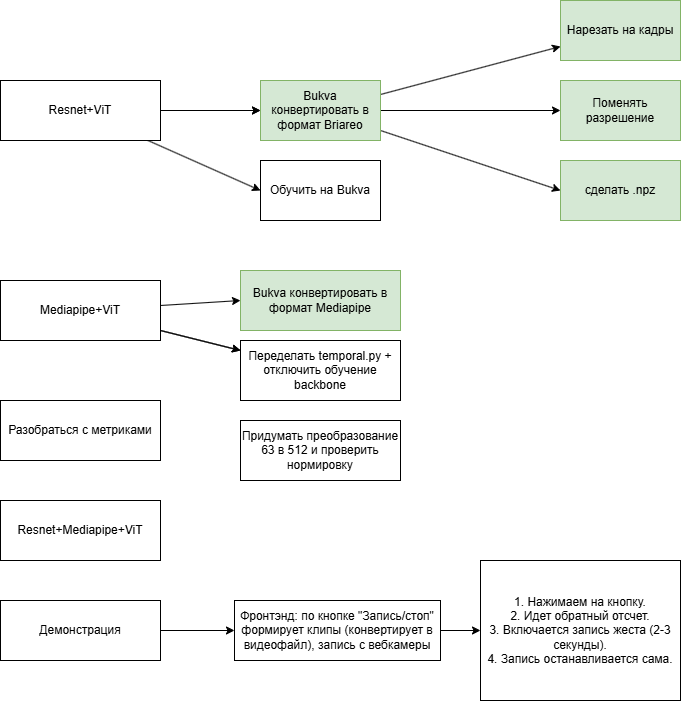
romangorbunov91/TBDLGR keeps this draw.io diagram as scratch/plan.drawio.png. Above is the earlier version. Source tidied: cells renumbered, new cells last; positions are measured from the earlier drawing's top-left corner, leaving out a move shared by most shapes. The source it was exported from:
```xml
<mxGraphModel>
  <root>
    <mxCell id="0" />
    <mxCell id="1" parent="0" />
    <mxCell id="2" style="edgeStyle=none;html=1;" parent="1" edge="1" source="5" target="14">
      <mxGeometry relative="1" as="geometry" />
    </mxCell>
    <mxCell id="3" style="edgeStyle=none;html=1;" parent="1" edge="1" source="5" target="14">
      <mxGeometry relative="1" as="geometry" />
    </mxCell>
    <mxCell id="4" style="edgeStyle=none;html=1;entryX=0;entryY=0.5;entryDx=0;entryDy=0;" parent="1" edge="1" source="5" target="20">
      <mxGeometry relative="1" as="geometry" />
    </mxCell>
    <mxCell id="5" value="Resnet+ViT" style="whiteSpace=wrap;html=1;" parent="1" vertex="1">
      <mxGeometry y="80" width="160" height="60" as="geometry" />
    </mxCell>
    <mxCell id="6" style="edgeStyle=none;html=1;" parent="1" edge="1" source="9" target="18">
      <mxGeometry relative="1" as="geometry" />
    </mxCell>
    <mxCell id="7" style="edgeStyle=none;html=1;" parent="1" edge="1" source="9" target="18">
      <mxGeometry relative="1" as="geometry" />
    </mxCell>
    <mxCell id="8" style="edgeStyle=none;html=1;entryX=0;entryY=0.5;entryDx=0;entryDy=0;" parent="1" edge="1" source="9" target="19">
      <mxGeometry relative="1" as="geometry" />
    </mxCell>
    <mxCell id="9" value="Mediapipe+ViT" style="whiteSpace=wrap;html=1;" parent="1" vertex="1">
      <mxGeometry y="280" width="160" height="60" as="geometry" />
    </mxCell>
    <mxCell id="10" value="Resnet+Mediapipe+ViT" style="whiteSpace=wrap;html=1;" parent="1" vertex="1">
      <mxGeometry y="500" width="160" height="60" as="geometry" />
    </mxCell>
    <mxCell id="11" style="edgeStyle=none;html=1;" parent="1" edge="1" source="14" target="15">
      <mxGeometry relative="1" as="geometry" />
    </mxCell>
    <mxCell id="12" style="edgeStyle=none;html=1;entryX=0;entryY=0.5;entryDx=0;entryDy=0;" parent="1" edge="1" source="14" target="16">
      <mxGeometry relative="1" as="geometry" />
    </mxCell>
    <mxCell id="13" style="edgeStyle=none;html=1;entryX=0;entryY=0.5;entryDx=0;entryDy=0;" parent="1" edge="1" source="14" target="17">
      <mxGeometry relative="1" as="geometry" />
    </mxCell>
    <mxCell id="14" value="Bukva конвертировать в формат Briareo" style="whiteSpace=wrap;html=1;fillColor=#d5e8d4;strokeColor=#82b366;" parent="1" vertex="1">
      <mxGeometry x="260" y="80" width="120" height="60" as="geometry" />
    </mxCell>
    <mxCell id="15" value="Нарезать на кадры" style="whiteSpace=wrap;html=1;fillColor=#d5e8d4;strokeColor=#82b366;" parent="1" vertex="1">
      <mxGeometry x="560" width="120" height="60" as="geometry" />
    </mxCell>
    <mxCell id="16" value="Поменять разрешение" style="whiteSpace=wrap;html=1;fillColor=#d5e8d4;strokeColor=#82b366;" parent="1" vertex="1">
      <mxGeometry x="560" y="80" width="120" height="60" as="geometry" />
    </mxCell>
    <mxCell id="17" value="сделать .npz" style="whiteSpace=wrap;html=1;fillColor=#d5e8d4;strokeColor=#82b366;" parent="1" vertex="1">
      <mxGeometry x="560" y="160" width="120" height="60" as="geometry" />
    </mxCell>
    <mxCell id="18" value="Переделать temporal.py + отключить обучение backbone" style="whiteSpace=wrap;html=1;" parent="1" vertex="1">
      <mxGeometry x="240" y="340" width="160" height="60" as="geometry" />
    </mxCell>
    <mxCell id="19" value="Bukva конвертировать в формат Mediapipe" style="whiteSpace=wrap;html=1;fillColor=#d5e8d4;strokeColor=#82b366;" parent="1" vertex="1">
      <mxGeometry x="240" y="270" width="160" height="60" as="geometry" />
    </mxCell>
    <mxCell id="20" value="Обучить на Bukva" style="whiteSpace=wrap;html=1;" parent="1" vertex="1">
      <mxGeometry x="260" y="160" width="120" height="60" as="geometry" />
    </mxCell>
    <mxCell id="21" style="edgeStyle=none;html=1;exitX=1;exitY=0.5;exitDx=0;exitDy=0;" parent="1" edge="1" source="22" target="24">
      <mxGeometry relative="1" as="geometry" />
    </mxCell>
    <mxCell id="22" value="Демонстрация" style="whiteSpace=wrap;html=1;" parent="1" vertex="1">
      <mxGeometry y="600" width="160" height="60" as="geometry" />
    </mxCell>
    <mxCell id="23" style="edgeStyle=none;html=1;" parent="1" edge="1" source="24" target="25">
      <mxGeometry relative="1" as="geometry" />
    </mxCell>
    <mxCell id="24" value="Фронтэнд: по кнопке &quot;Запись/стоп&quot; формирует клипы (конвертирует в видеофайл), запись с вебкамеры" style="whiteSpace=wrap;html=1;" parent="1" vertex="1">
      <mxGeometry x="234" y="600" width="206" height="60" as="geometry" />
    </mxCell>
    <mxCell id="25" value="1. Нажимаем на кнопку.&lt;br&gt;2. Идет обратный отсчет.&lt;br&gt;3. Включается запись жеста (2-3 секунды).&lt;br&gt;4. Запись останавливается сама." style="whiteSpace=wrap;html=1;" parent="1" vertex="1">
      <mxGeometry x="480" y="560" width="200" height="140" as="geometry" />
    </mxCell>
    <mxCell id="26" value="Разобраться с метриками" style="whiteSpace=wrap;html=1;" parent="1" vertex="1">
      <mxGeometry y="400" width="160" height="60" as="geometry" />
    </mxCell>
    <mxCell id="27" value="Придумать преобразование 63 в 512 и проверить нормировку" style="whiteSpace=wrap;html=1;" parent="1" vertex="1">
      <mxGeometry x="240" y="420" width="160" height="60" as="geometry" />
    </mxCell>
  </root>
</mxGraphModel>
```
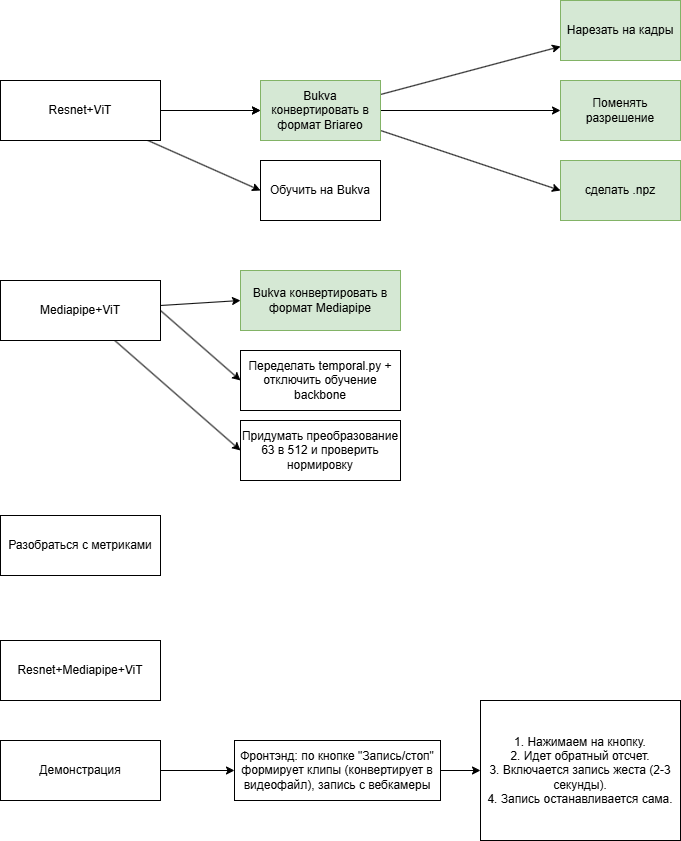
Above is the later version.

The edit, as a diff of the source:
```diff
@@ -14,10 +14,10 @@
     <mxCell id="5" value="Resnet+ViT" style="whiteSpace=wrap;html=1;" parent="1" vertex="1">
       <mxGeometry y="80" width="160" height="60" as="geometry" />
     </mxCell>
-    <mxCell id="6" style="edgeStyle=none;html=1;" parent="1" edge="1" source="9" target="18">
+    <mxCell id="6" style="edgeStyle=none;html=1;entryX=0;entryY=0.5;entryDx=0;entryDy=0;" parent="1" edge="1" source="9" target="27">
       <mxGeometry relative="1" as="geometry" />
     </mxCell>
-    <mxCell id="7" style="edgeStyle=none;html=1;" parent="1" edge="1" source="9" target="18">
+    <mxCell id="7" style="edgeStyle=none;html=1;exitX=1;exitY=0.5;exitDx=0;exitDy=0;entryX=0;entryY=0.5;entryDx=0;entryDy=0;" parent="1" edge="1" source="9" target="18">
       <mxGeometry relative="1" as="geometry" />
     </mxCell>
     <mxCell id="8" style="edgeStyle=none;html=1;entryX=0;entryY=0.5;entryDx=0;entryDy=0;" parent="1" edge="1" source="9" target="19">
@@ -27,7 +27,7 @@
       <mxGeometry y="280" width="160" height="60" as="geometry" />
     </mxCell>
     <mxCell id="10" value="Resnet+Mediapipe+ViT" style="whiteSpace=wrap;html=1;" parent="1" vertex="1">
-      <mxGeometry y="500" width="160" height="60" as="geometry" />
+      <mxGeometry y="640" width="160" height="60" as="geometry" />
     </mxCell>
     <mxCell id="11" style="edgeStyle=none;html=1;" parent="1" edge="1" source="14" target="15">
       <mxGeometry relative="1" as="geometry" />
@@ -51,7 +51,7 @@
       <mxGeometry x="560" y="160" width="120" height="60" as="geometry" />
     </mxCell>
     <mxCell id="18" value="Переделать temporal.py + отключить обучение backbone" style="whiteSpace=wrap;html=1;" parent="1" vertex="1">
-      <mxGeometry x="240" y="340" width="160" height="60" as="geometry" />
+      <mxGeometry x="240" y="350" width="160" height="60" as="geometry" />
     </mxCell>
     <mxCell id="19" value="Bukva конвертировать в формат Mediapipe" style="whiteSpace=wrap;html=1;fillColor=#d5e8d4;strokeColor=#82b366;" parent="1" vertex="1">
       <mxGeometry x="240" y="270" width="160" height="60" as="geometry" />
@@ -63,19 +63,19 @@
       <mxGeometry relative="1" as="geometry" />
     </mxCell>
     <mxCell id="22" value="Демонстрация" style="whiteSpace=wrap;html=1;" parent="1" vertex="1">
-      <mxGeometry y="600" width="160" height="60" as="geometry" />
+      <mxGeometry y="740" width="160" height="60" as="geometry" />
     </mxCell>
     <mxCell id="23" style="edgeStyle=none;html=1;" parent="1" edge="1" source="24" target="25">
       <mxGeometry relative="1" as="geometry" />
     </mxCell>
     <mxCell id="24" value="Фронтэнд: по кнопке &quot;Запись/стоп&quot; формирует клипы (конвертирует в видеофайл), запись с вебкамеры" style="whiteSpace=wrap;html=1;" parent="1" vertex="1">
-      <mxGeometry x="234" y="600" width="206" height="60" as="geometry" />
+      <mxGeometry x="234" y="740" width="206" height="60" as="geometry" />
     </mxCell>
     <mxCell id="25" value="1. Нажимаем на кнопку.&lt;br&gt;2. Идет обратный отсчет.&lt;br&gt;3. Включается запись жеста (2-3 секунды).&lt;br&gt;4. Запись останавливается сама." style="whiteSpace=wrap;html=1;" parent="1" vertex="1">
-      <mxGeometry x="480" y="560" width="200" height="140" as="geometry" />
+      <mxGeometry x="480" y="700" width="200" height="140" as="geometry" />
     </mxCell>
     <mxCell id="26" value="Разобраться с метриками" style="whiteSpace=wrap;html=1;" parent="1" vertex="1">
-      <mxGeometry y="400" width="160" height="60" as="geometry" />
+      <mxGeometry y="515" width="160" height="60" as="geometry" />
     </mxCell>
     <mxCell id="27" value="Придумать преобразование 63 в 512 и проверить нормировку" style="whiteSpace=wrap;html=1;" parent="1" vertex="1">
       <mxGeometry x="240" y="420" width="160" height="60" as="geometry" />
```
